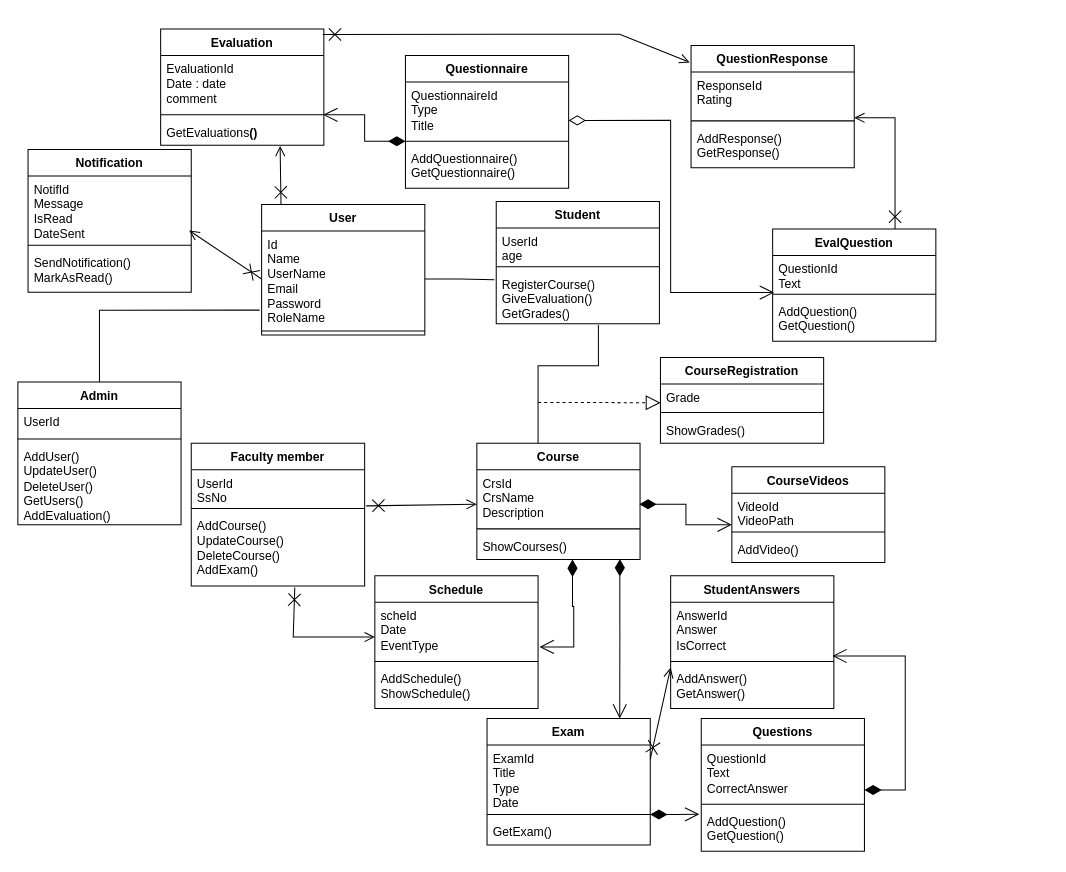
Earlier version of the draw.io diagram Diagrams/IntermediateClassDiagram.drawio (Youssefmohamed430/Learning-Management-System). Source tidied: cells renumbered, new cells numbered last; positions are measured from the earlier drawing's top-left corner, leaving out a move shared by most shapes. Both pictures are drawn from the tidied source at 102%, with x=0, y=0 at pixel (17, 29).
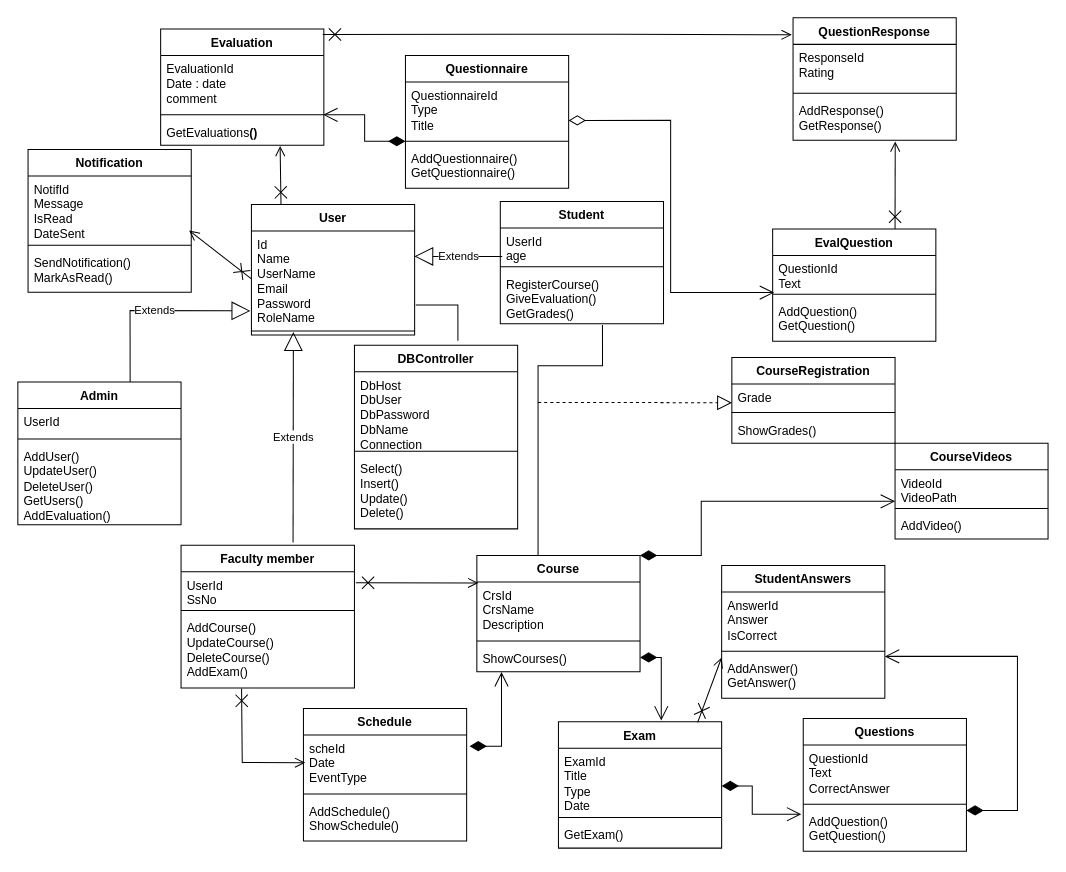
The same page after the edit.

Unchanged cells that the change refers to:
```xml
<mxCell id="3" value="&lt;div&gt;Id&lt;/div&gt;Name&lt;div&gt;UserName&lt;/div&gt;&lt;div&gt;&lt;span style=&quot;background-color: transparent; color: light-dark(rgb(0, 0, 0), rgb(255, 255, 255));&quot;&gt;Email&lt;/span&gt;&lt;/div&gt;&lt;div&gt;Password&amp;nbsp;&lt;/div&gt;&lt;div&gt;RoleName&lt;br&gt;&lt;div&gt;&lt;br&gt;&lt;/div&gt;&lt;/div&gt;" style="text;strokeColor=none;fillColor=none;align=left;verticalAlign=top;spacingLeft=4;spacingRight=4;overflow=hidden;points=[[0,0.5],[1,0.5]];portConstraint=eastwest;whiteSpace=wrap;html=1;" parent="2" vertex="1">
  <mxGeometry y="26" width="160" height="94" as="geometry" />
</mxCell>
<mxCell id="4" style="line;strokeWidth=1;fillColor=none;align=left;verticalAlign=middle;spacingTop=-1;spacingLeft=3;spacingRight=3;labelPosition=right;points=[];portConstraint=eastwest;strokeColor=inherit;" parent="2" vertex="1">
  <mxGeometry y="120" width="160" height="8" as="geometry" />
</mxCell>
<mxCell id="6" value="UserId&lt;div&gt;age&lt;/div&gt;" style="text;strokeColor=none;fillColor=none;align=left;verticalAlign=top;spacingLeft=4;spacingRight=4;overflow=hidden;points=[[0,0.5],[1,0.5]];portConstraint=eastwest;whiteSpace=wrap;html=1;" parent="5" vertex="1">
  <mxGeometry y="26" width="160" height="34" as="geometry" />
</mxCell>
<mxCell id="8" value="RegisterCourse()&lt;div&gt;GiveEvaluation()&lt;br&gt;&lt;/div&gt;&lt;div&gt;GetGrades()&lt;/div&gt;&lt;div&gt;&lt;br&gt;&lt;/div&gt;" style="text;strokeColor=none;fillColor=none;align=left;verticalAlign=top;spacingLeft=4;spacingRight=4;overflow=hidden;points=[[0,0.5],[1,0.5]];portConstraint=eastwest;whiteSpace=wrap;html=1;" parent="5" vertex="1">
  <mxGeometry y="68" width="160" height="52" as="geometry" />
</mxCell>
<mxCell id="10" value="UserId&lt;div&gt;SsNo&amp;nbsp;&lt;/div&gt;" style="text;strokeColor=none;fillColor=none;align=left;verticalAlign=top;spacingLeft=4;spacingRight=4;overflow=hidden;points=[[0,0.5],[1,0.5]];portConstraint=eastwest;whiteSpace=wrap;html=1;" parent="9" vertex="1">
  <mxGeometry y="26" width="170" height="34" as="geometry" />
</mxCell>
<mxCell id="12" value="AddCourse()&lt;div&gt;UpdateCourse()&lt;/div&gt;&lt;div&gt;DeleteCourse()&lt;/div&gt;&lt;div&gt;AddExam()&lt;/div&gt;&lt;div&gt;&lt;br&gt;&lt;/div&gt;" style="text;strokeColor=none;fillColor=none;align=left;verticalAlign=top;spacingLeft=4;spacingRight=4;overflow=hidden;points=[[0,0.5],[1,0.5]];portConstraint=eastwest;whiteSpace=wrap;html=1;" parent="9" vertex="1">
  <mxGeometry y="68" width="170" height="72" as="geometry" />
</mxCell>
<mxCell id="14" value="CrsId&lt;div&gt;CrsName&amp;nbsp;&lt;/div&gt;&lt;div&gt;Description&lt;/div&gt;" style="text;strokeColor=none;fillColor=none;align=left;verticalAlign=top;spacingLeft=4;spacingRight=4;overflow=hidden;points=[[0,0.5],[1,0.5]];portConstraint=eastwest;whiteSpace=wrap;html=1;" parent="13" vertex="1">
  <mxGeometry y="26" width="160" height="54" as="geometry" />
</mxCell>
<mxCell id="16" value="ShowCourses()" style="text;strokeColor=none;fillColor=none;align=left;verticalAlign=top;spacingLeft=4;spacingRight=4;overflow=hidden;points=[[0,0.5],[1,0.5]];portConstraint=eastwest;whiteSpace=wrap;html=1;" parent="13" vertex="1">
  <mxGeometry y="88" width="160" height="26" as="geometry" />
</mxCell>
<mxCell id="22" value="scheId&amp;nbsp;&lt;div&gt;Date&amp;nbsp;&lt;/div&gt;&lt;div&gt;EventType&amp;nbsp;&lt;/div&gt;" style="text;strokeColor=none;fillColor=none;align=left;verticalAlign=top;spacingLeft=4;spacingRight=4;overflow=hidden;points=[[0,0.5],[1,0.5]];portConstraint=eastwest;whiteSpace=wrap;html=1;" parent="21" vertex="1">
  <mxGeometry y="26" width="160" height="54" as="geometry" />
</mxCell>
<mxCell id="26" value="VideoId&amp;nbsp;&lt;div&gt;VideoPath&lt;/div&gt;&lt;div&gt;&lt;br&gt;&lt;/div&gt;" style="text;strokeColor=none;fillColor=none;align=left;verticalAlign=top;spacingLeft=4;spacingRight=4;overflow=hidden;points=[[0,0.5],[1,0.5]];portConstraint=eastwest;whiteSpace=wrap;html=1;" parent="25" vertex="1">
  <mxGeometry y="26" width="150" height="34" as="geometry" />
</mxCell>
<mxCell id="30" value="ExamId&amp;nbsp;&lt;div&gt;Title&amp;nbsp;&amp;nbsp;&lt;/div&gt;&lt;div&gt;Type&amp;nbsp;&amp;nbsp;&lt;/div&gt;&lt;div&gt;Date&amp;nbsp;&lt;/div&gt;&lt;div&gt;&lt;br&gt;&lt;/div&gt;" style="text;strokeColor=none;fillColor=none;align=left;verticalAlign=top;spacingLeft=4;spacingRight=4;overflow=hidden;points=[[0,0.5],[1,0.5]];portConstraint=eastwest;whiteSpace=wrap;html=1;" parent="29" vertex="1">
  <mxGeometry y="26" width="160" height="64" as="geometry" />
</mxCell>
<mxCell id="31" style="line;strokeWidth=1;fillColor=none;align=left;verticalAlign=middle;spacingTop=-1;spacingLeft=3;spacingRight=3;labelPosition=right;points=[];portConstraint=eastwest;strokeColor=inherit;" parent="29" vertex="1">
  <mxGeometry y="90" width="160" height="8" as="geometry" />
</mxCell>
<mxCell id="34" value="AnswerId&lt;div&gt;Answer&amp;nbsp;&lt;/div&gt;&lt;div&gt;IsCorrect&amp;nbsp;&lt;/div&gt;" style="text;strokeColor=none;fillColor=none;align=left;verticalAlign=top;spacingLeft=4;spacingRight=4;overflow=hidden;points=[[0,0.5],[1,0.5]];portConstraint=eastwest;whiteSpace=wrap;html=1;" parent="33" vertex="1">
  <mxGeometry y="26" width="160" height="54" as="geometry" />
</mxCell>
<mxCell id="36" value="AddAnswer()&lt;br&gt;GetAnswer()" style="text;strokeColor=none;fillColor=none;align=left;verticalAlign=top;spacingLeft=4;spacingRight=4;overflow=hidden;points=[[0,0.5],[1,0.5]];portConstraint=eastwest;whiteSpace=wrap;html=1;" parent="33" vertex="1">
  <mxGeometry y="88" width="160" height="42" as="geometry" />
</mxCell>
<mxCell id="49" value="EvalQuestion" style="swimlane;fontStyle=1;align=center;verticalAlign=top;horizontal=1;startSize=26;whiteSpace=wrap;html=1;" parent="1" vertex="1">
  <mxGeometry x="740" y="196" width="160" height="110" as="geometry" />
</mxCell>
<mxCell id="56" value="AddResponse()&lt;br&gt;GetResponse()" style="text;strokeColor=none;fillColor=none;align=left;verticalAlign=top;spacingLeft=4;spacingRight=4;overflow=hidden;points=[[0,0.5],[1,0.5]];portConstraint=eastwest;whiteSpace=wrap;html=1;" parent="53" vertex="1">
  <mxGeometry y="78" width="160" height="42" as="geometry" />
</mxCell>
<mxCell id="57" value="Admin" style="swimlane;fontStyle=1;align=center;verticalAlign=top;horizontal=1;startSize=26;whiteSpace=wrap;html=1;" parent="1" vertex="1">
  <mxGeometry y="346" width="160" height="140" as="geometry" />
</mxCell>
<mxCell id="78" value="QuestionId&amp;nbsp;&lt;div&gt;Text&amp;nbsp;&lt;/div&gt;&lt;div&gt;CorrectAnswer&amp;nbsp;&amp;nbsp;&lt;/div&gt;" style="text;strokeColor=none;fillColor=none;align=left;verticalAlign=top;spacingLeft=4;spacingRight=4;overflow=hidden;points=[[0,0.5],[1,0.5]];portConstraint=eastwest;whiteSpace=wrap;html=1;" parent="77" vertex="1">
  <mxGeometry y="26" width="160" height="54" as="geometry" />
</mxCell>
<mxCell id="80" value="AddQuestion()&lt;div&gt;GetQuestion()&lt;/div&gt;" style="text;strokeColor=none;fillColor=none;align=left;verticalAlign=top;spacingLeft=4;spacingRight=4;overflow=hidden;points=[[0,0.5],[1,0.5]];portConstraint=eastwest;whiteSpace=wrap;html=1;" parent="77" vertex="1">
  <mxGeometry y="88" width="160" height="42" as="geometry" />
</mxCell>
```

What changed in the source:
```diff
@@
     <mxCell id="2" value="User" style="swimlane;fontStyle=1;align=center;verticalAlign=top;horizontal=1;startSize=26;whiteSpace=wrap;html=1;" parent="1" vertex="1">
-      <mxGeometry x="239" y="172" width="160" height="128" as="geometry" />
+      <mxGeometry x="229" y="172" width="160" height="128" as="geometry" />
     </mxCell>
@@
     <mxCell id="5" value="Student" style="swimlane;fontStyle=1;align=center;verticalAlign=top;horizontal=1;startSize=26;whiteSpace=wrap;html=1;" parent="1" vertex="1">
-      <mxGeometry x="469" y="169" width="160" height="120" as="geometry" />
+      <mxGeometry x="473" y="169" width="160" height="120" as="geometry" />
     </mxCell>
@@
     <mxCell id="9" value="Faculty member" style="swimlane;fontStyle=1;align=center;verticalAlign=top;horizontal=1;startSize=26;whiteSpace=wrap;html=1;" parent="1" vertex="1">
-      <mxGeometry x="170" y="406" width="170" height="140" as="geometry" />
+      <mxGeometry x="160" y="506" width="170" height="140" as="geometry" />
     </mxCell>
@@
     <mxCell id="13" value="Course" style="swimlane;fontStyle=1;align=center;verticalAlign=top;horizontal=1;startSize=26;whiteSpace=wrap;html=1;" parent="1" vertex="1">
-      <mxGeometry x="450" y="406" width="160" height="114" as="geometry" />
+      <mxGeometry x="450" y="516" width="160" height="114" as="geometry" />
     </mxCell>
@@
     <mxCell id="17" value="CourseRegistration" style="swimlane;fontStyle=1;align=center;verticalAlign=top;horizontal=1;startSize=26;whiteSpace=wrap;html=1;" parent="1" vertex="1">
-      <mxGeometry x="630" y="322" width="160" height="84" as="geometry" />
+      <mxGeometry x="700" y="322" width="160" height="84" as="geometry" />
     </mxCell>
@@
     <mxCell id="21" value="Schedule" style="swimlane;fontStyle=1;align=center;verticalAlign=top;horizontal=1;startSize=26;whiteSpace=wrap;html=1;" parent="1" vertex="1">
-      <mxGeometry x="350" y="536" width="160" height="130" as="geometry" />
+      <mxGeometry x="280" y="666" width="160" height="130" as="geometry" />
     </mxCell>
@@
     <mxCell id="25" value="CourseVideos" style="swimlane;fontStyle=1;align=center;verticalAlign=top;horizontal=1;startSize=26;whiteSpace=wrap;html=1;" parent="1" vertex="1">
-      <mxGeometry x="700" y="429" width="150" height="94" as="geometry" />
+      <mxGeometry x="860" y="406" width="150" height="94" as="geometry" />
     </mxCell>
@@
     <mxCell id="29" value="Exam" style="swimlane;fontStyle=1;align=center;verticalAlign=top;horizontal=1;startSize=26;whiteSpace=wrap;html=1;" parent="1" vertex="1">
-      <mxGeometry x="460" y="676" width="160" height="124" as="geometry" />
+      <mxGeometry x="530" y="679" width="160" height="124" as="geometry" />
     </mxCell>
@@
     <mxCell id="33" value="StudentAnswers" style="swimlane;fontStyle=1;align=center;verticalAlign=top;horizontal=1;startSize=26;whiteSpace=wrap;html=1;" parent="1" vertex="1">
-      <mxGeometry x="640" y="536" width="160" height="130" as="geometry" />
+      <mxGeometry x="690" y="526" width="160" height="130" as="geometry" />
     </mxCell>
@@
     <mxCell id="53" value="QuestionResponse" style="swimlane;fontStyle=1;align=center;verticalAlign=top;horizontal=1;startSize=26;whiteSpace=wrap;html=1;" parent="1" vertex="1">
-      <mxGeometry x="660" y="16" width="160" height="120" as="geometry" />
+      <mxGeometry x="760" y="-11" width="160" height="120" as="geometry" />
     </mxCell>
@@
-    <mxCell id="62" style="endArrow=none;html=1;edgeStyle=orthogonalEdgeStyle;rounded=0;exitX=1;exitY=0.5;exitDx=0;exitDy=0;entryX=-0.011;entryY=0.169;entryDx=0;entryDy=0;entryPerimeter=0;" parent="1" edge="1" source="3" target="8">
-      <mxGeometry relative="1" as="geometry" />
-    </mxCell>
-    <mxCell id="63" style="endArrow=open;startArrow=cross;endFill=0;startFill=0;endSize=8;startSize=10;html=1;rounded=0;entryX=-0.001;entryY=0.625;entryDx=0;entryDy=0;entryPerimeter=0;exitX=1.009;exitY=1.043;exitDx=0;exitDy=0;exitPerimeter=0;" parent="1" edge="1" source="10" target="14">
+    <mxCell id="63" style="endArrow=open;startArrow=cross;endFill=0;startFill=0;endSize=8;startSize=10;html=1;rounded=0;entryX=0.009;entryY=0.019;entryDx=0;entryDy=0;entryPerimeter=0;exitX=1.008;exitY=0.32;exitDx=0;exitDy=0;exitPerimeter=0;" parent="1" edge="1" source="10" target="14">
       <mxGeometry relative="1" as="geometry" />
     </mxCell>
-    <mxCell id="64" style="endArrow=open;html=1;endSize=12;startArrow=diamondThin;startSize=14;startFill=1;edgeStyle=orthogonalEdgeStyle;align=left;verticalAlign=bottom;rounded=0;exitX=0.996;exitY=0.627;exitDx=0;exitDy=0;exitPerimeter=0;entryX=0;entryY=0.912;entryDx=0;entryDy=0;entryPerimeter=0;" parent="1" edge="1" source="14" target="26">
-      <mxGeometry x="-1" y="3" relative="1" as="geometry" />
+    <mxCell id="64" style="endArrow=open;html=1;endSize=12;startArrow=diamondThin;startSize=14;startFill=1;edgeStyle=orthogonalEdgeStyle;align=left;verticalAlign=bottom;rounded=0;entryX=0;entryY=0.912;entryDx=0;entryDy=0;entryPerimeter=0;exitX=1;exitY=0;exitDx=0;exitDy=0;" parent="1" edge="1" source="13" target="26">
+      <mxGeometry x="-1" y="3" relative="1" as="geometry">
+        <Array as="points">
+          <mxPoint x="670" y="516" />
+          <mxPoint x="670" y="463" />
+        </Array>
+      </mxGeometry>
     </mxCell>
@@
-    <mxCell id="67" style="endArrow=open;startArrow=cross;endFill=0;startFill=0;endSize=8;startSize=10;html=1;rounded=0;exitX=0.597;exitY=1.021;exitDx=0;exitDy=0;exitPerimeter=0;entryX=0;entryY=0.63;entryDx=0;entryDy=0;entryPerimeter=0;" parent="1" edge="1" source="12" target="22">
-      <mxGeometry relative="1" as="geometry">
-        <Array as="points">
-          <mxPoint x="270" y="596" />
-        </Array>
-      </mxGeometry>
-    </mxCell>
-    <mxCell id="68" style="endArrow=open;html=1;endSize=12;startArrow=diamondThin;startSize=14;startFill=1;edgeStyle=orthogonalEdgeStyle;align=left;verticalAlign=bottom;rounded=0;exitX=0.586;exitY=1.005;exitDx=0;exitDy=0;exitPerimeter=0;entryX=1.009;entryY=0.81;entryDx=0;entryDy=0;entryPerimeter=0;" parent="1" edge="1" source="16" target="22">
-      <mxGeometry x="-1" y="3" relative="1" as="geometry">
-        <Array as="points">
-          <mxPoint x="544" y="566" />
-          <mxPoint x="545" y="566" />
-          <mxPoint x="545" y="606" />
-        </Array>
-      </mxGeometry>
-    </mxCell>
-    <mxCell id="69" style="endArrow=open;html=1;endSize=12;startArrow=diamondThin;startSize=14;startFill=1;edgeStyle=orthogonalEdgeStyle;align=left;verticalAlign=bottom;rounded=0;exitX=0.876;exitY=0.987;exitDx=0;exitDy=0;exitPerimeter=0;entryX=0.813;entryY=0;entryDx=0;entryDy=0;entryPerimeter=0;" parent="1" edge="1" source="16" target="29">
+    <mxCell id="69" style="endArrow=open;html=1;endSize=12;startArrow=diamondThin;startSize=14;startFill=1;edgeStyle=orthogonalEdgeStyle;align=left;verticalAlign=bottom;rounded=0;entryX=0.63;entryY=-0.009;entryDx=0;entryDy=0;entryPerimeter=0;" parent="1" edge="1" source="16" target="29">
       <mxGeometry x="-1" y="3" relative="1" as="geometry">
         <Array as="points">
-          <mxPoint x="590" y="598" />
-          <mxPoint x="590" y="656" />
+          <mxPoint x="631" y="616" />
         </Array>
       </mxGeometry>
     </mxCell>
-    <mxCell id="70" style="endArrow=open;html=1;endSize=12;startArrow=diamondThin;startSize=14;startFill=1;edgeStyle=orthogonalEdgeStyle;align=left;verticalAlign=bottom;rounded=0;entryX=-0.012;entryY=0.137;entryDx=0;entryDy=0;entryPerimeter=0;" parent="1" edge="1" source="31" target="80">
-      <mxGeometry x="-1" y="3" relative="1" as="geometry" />
+    <mxCell id="70" style="endArrow=open;html=1;endSize=12;startArrow=diamondThin;startSize=14;startFill=1;edgeStyle=orthogonalEdgeStyle;align=left;verticalAlign=bottom;rounded=0;entryX=-0.012;entryY=0.137;entryDx=0;entryDy=0;entryPerimeter=0;" parent="1" edge="1" source="30" target="80">
+      <mxGeometry x="-1" y="3" relative="1" as="geometry">
+        <Array as="points">
+          <mxPoint x="720" y="742" />
+          <mxPoint x="720" y="770" />
+        </Array>
+      </mxGeometry>
     </mxCell>
-    <mxCell id="71" style="endArrow=open;startArrow=cross;endFill=0;startFill=0;endSize=8;startSize=10;html=1;rounded=0;entryX=0;entryY=0.048;entryDx=0;entryDy=0;entryPerimeter=0;" parent="1" edge="1" target="36">
-      <mxGeometry relative="1" as="geometry">
-        <mxPoint x="620" y="716" as="sourcePoint" />
-      </mxGeometry>
+    <mxCell id="71" style="endArrow=open;startArrow=cross;endFill=0;startFill=0;endSize=8;startSize=10;html=1;rounded=0;entryX=0;entryY=0.048;entryDx=0;entryDy=0;entryPerimeter=0;exitX=0.853;exitY=0.006;exitDx=0;exitDy=0;exitPerimeter=0;" parent="1" edge="1" source="29" target="36">
+      <mxGeometry relative="1" as="geometry" />
     </mxCell>
-    <mxCell id="72" style="endArrow=open;html=1;endSize=12;startArrow=diamondThin;startSize=14;startFill=1;edgeStyle=orthogonalEdgeStyle;align=left;verticalAlign=bottom;rounded=0;entryX=0.991;entryY=0.974;entryDx=0;entryDy=0;entryPerimeter=0;exitX=1;exitY=0.815;exitDx=0;exitDy=0;exitPerimeter=0;" parent="1" edge="1" source="78" target="34">
+    <mxCell id="72" style="endArrow=open;html=1;endSize=12;startArrow=diamondThin;startSize=14;startFill=1;edgeStyle=orthogonalEdgeStyle;align=left;verticalAlign=bottom;rounded=0;exitX=1;exitY=0.048;exitDx=0;exitDy=0;exitPerimeter=0;entryX=1;entryY=0.024;entryDx=0;entryDy=0;entryPerimeter=0;" parent="1" edge="1" source="80" target="36">
       <mxGeometry x="-1" y="3" relative="1" as="geometry">
         <Array as="points">
-          <mxPoint x="870" y="746" />
-          <mxPoint x="870" y="615" />
+          <mxPoint x="980" y="766" />
+          <mxPoint x="980" y="615" />
         </Array>
       </mxGeometry>
     </mxCell>
@@
-    <mxCell id="76" style="endArrow=none;html=1;edgeStyle=orthogonalEdgeStyle;rounded=0;exitX=0.5;exitY=0;exitDx=0;exitDy=0;entryX=-0.012;entryY=0.825;entryDx=0;entryDy=0;entryPerimeter=0;" parent="1" edge="1" source="57" target="3">
-      <mxGeometry relative="1" as="geometry" />
-    </mxCell>
     <mxCell id="77" value="Questions" style="swimlane;fontStyle=1;align=center;verticalAlign=top;horizontal=1;startSize=26;whiteSpace=wrap;html=1;" parent="1" vertex="1">
-      <mxGeometry x="670" y="676" width="160" height="130" as="geometry" />
+      <mxGeometry x="770" y="676" width="160" height="130" as="geometry" />
     </mxCell>
@@
-    <mxCell id="81" style="endArrow=open;startArrow=cross;endFill=0;startFill=0;endSize=8;startSize=10;html=1;rounded=0;exitX=0.75;exitY=0;exitDx=0;exitDy=0;" parent="1" edge="1" source="49">
-      <mxGeometry relative="1" as="geometry">
-        <mxPoint x="820" y="87" as="targetPoint" />
-        <Array as="points">
-          <mxPoint x="860" y="87" />
-        </Array>
-      </mxGeometry>
+    <mxCell id="81" style="endArrow=open;startArrow=cross;endFill=0;startFill=0;endSize=8;startSize=10;html=1;rounded=0;exitX=0.75;exitY=0;exitDx=0;exitDy=0;entryX=0.626;entryY=1.027;entryDx=0;entryDy=0;entryPerimeter=0;" parent="1" edge="1" source="49" target="56">
+      <mxGeometry relative="1" as="geometry" />
     </mxCell>
@@
+    <mxCell id="76" value="Extends" style="endArrow=block;endSize=16;endFill=0;html=1;rounded=0;entryX=-0.006;entryY=0.833;entryDx=0;entryDy=0;entryPerimeter=0;exitX=0.688;exitY=0;exitDx=0;exitDy=0;exitPerimeter=0;" parent="1" edge="1" source="57" target="3">
+      <mxGeometry relative="1" as="geometry">
+        <Array as="points">
+          <mxPoint x="110" y="276" />
+        </Array>
+      </mxGeometry>
+    </mxCell>
+    <mxCell id="83" value="Extends" style="endArrow=block;endSize=16;endFill=0;html=1;rounded=0;entryX=0.998;entryY=0.264;entryDx=0;entryDy=0;entryPerimeter=0;exitX=0.012;exitY=0.825;exitDx=0;exitDy=0;exitPerimeter=0;" parent="1" edge="1" source="6" target="3">
+      <mxGeometry relative="1" as="geometry" />
+    </mxCell>
+    <mxCell id="84" value="Extends" style="endArrow=block;endSize=16;endFill=0;html=1;rounded=0;exitX=0.646;exitY=-0.019;exitDx=0;exitDy=0;exitPerimeter=0;entryX=0.257;entryY=0.623;entryDx=0;entryDy=0;entryPerimeter=0;" parent="1" edge="1" source="9" target="4">
+      <mxGeometry relative="1" as="geometry" />
+    </mxCell>
+    <mxCell id="85" value="DBController" style="swimlane;fontStyle=1;align=center;verticalAlign=top;horizontal=1;startSize=26;whiteSpace=wrap;html=1;" parent="1" vertex="1">
+      <mxGeometry x="330" y="310" width="160" height="180" as="geometry" />
+    </mxCell>
+    <mxCell id="86" value="DbHost&lt;div&gt;DbUser&lt;/div&gt;&lt;div&gt;DbPassword&lt;/div&gt;&lt;div&gt;DbName&lt;/div&gt;&lt;div&gt;Connection&lt;/div&gt;" style="text;strokeColor=none;fillColor=none;align=left;verticalAlign=top;spacingLeft=4;spacingRight=4;overflow=hidden;whiteSpace=wrap;html=1;" parent="85" vertex="1">
+      <mxGeometry y="26" width="160" height="74" as="geometry" />
+    </mxCell>
+    <mxCell id="87" style="line;strokeWidth=1;fillColor=none;align=left;verticalAlign=middle;spacingTop=-1;spacingLeft=3;spacingRight=3;labelPosition=right;strokeColor=inherit;" parent="85" vertex="1">
+      <mxGeometry y="100" width="160" height="8" as="geometry" />
+    </mxCell>
+    <mxCell id="88" value="Select()&lt;div&gt;Insert()&lt;/div&gt;&lt;div&gt;Update()&lt;/div&gt;&lt;div&gt;Delete()&lt;br&gt;&lt;div&gt;&lt;br&gt;&lt;/div&gt;&lt;/div&gt;" style="text;strokeColor=none;fillColor=none;align=left;verticalAlign=top;spacingLeft=4;spacingRight=4;overflow=hidden;whiteSpace=wrap;html=1;" parent="85" vertex="1">
+      <mxGeometry y="108" width="160" height="72" as="geometry" />
+    </mxCell>
+    <mxCell id="89" style="endArrow=none;html=1;edgeStyle=orthogonalEdgeStyle;rounded=0;exitX=1.007;exitY=0.772;exitDx=0;exitDy=0;exitPerimeter=0;entryX=0.634;entryY=-0.024;entryDx=0;entryDy=0;entryPerimeter=0;" parent="1" edge="1" source="3" target="85">
+      <mxGeometry relative="1" as="geometry" />
+    </mxCell>
+    <mxCell id="67" style="endArrow=open;startArrow=cross;endFill=0;startFill=0;endSize=8;startSize=10;html=1;rounded=0;exitX=0.349;exitY=1.008;exitDx=0;exitDy=0;exitPerimeter=0;entryX=0.011;entryY=0.505;entryDx=0;entryDy=0;entryPerimeter=0;" parent="1" edge="1" source="12" target="22">
+      <mxGeometry relative="1" as="geometry">
+        <Array as="points">
+          <mxPoint x="220" y="719" />
+        </Array>
+      </mxGeometry>
+    </mxCell>
+    <mxCell id="90" style="endArrow=open;html=1;endSize=12;startArrow=diamondThin;startSize=14;startFill=1;edgeStyle=orthogonalEdgeStyle;align=left;verticalAlign=bottom;rounded=0;exitX=1.018;exitY=0.205;exitDx=0;exitDy=0;exitPerimeter=0;entryX=0.151;entryY=1.013;entryDx=0;entryDy=0;entryPerimeter=0;" parent="1" edge="1" source="22" target="16">
+      <mxGeometry x="-1" y="3" relative="1" as="geometry" />
+    </mxCell>
```
